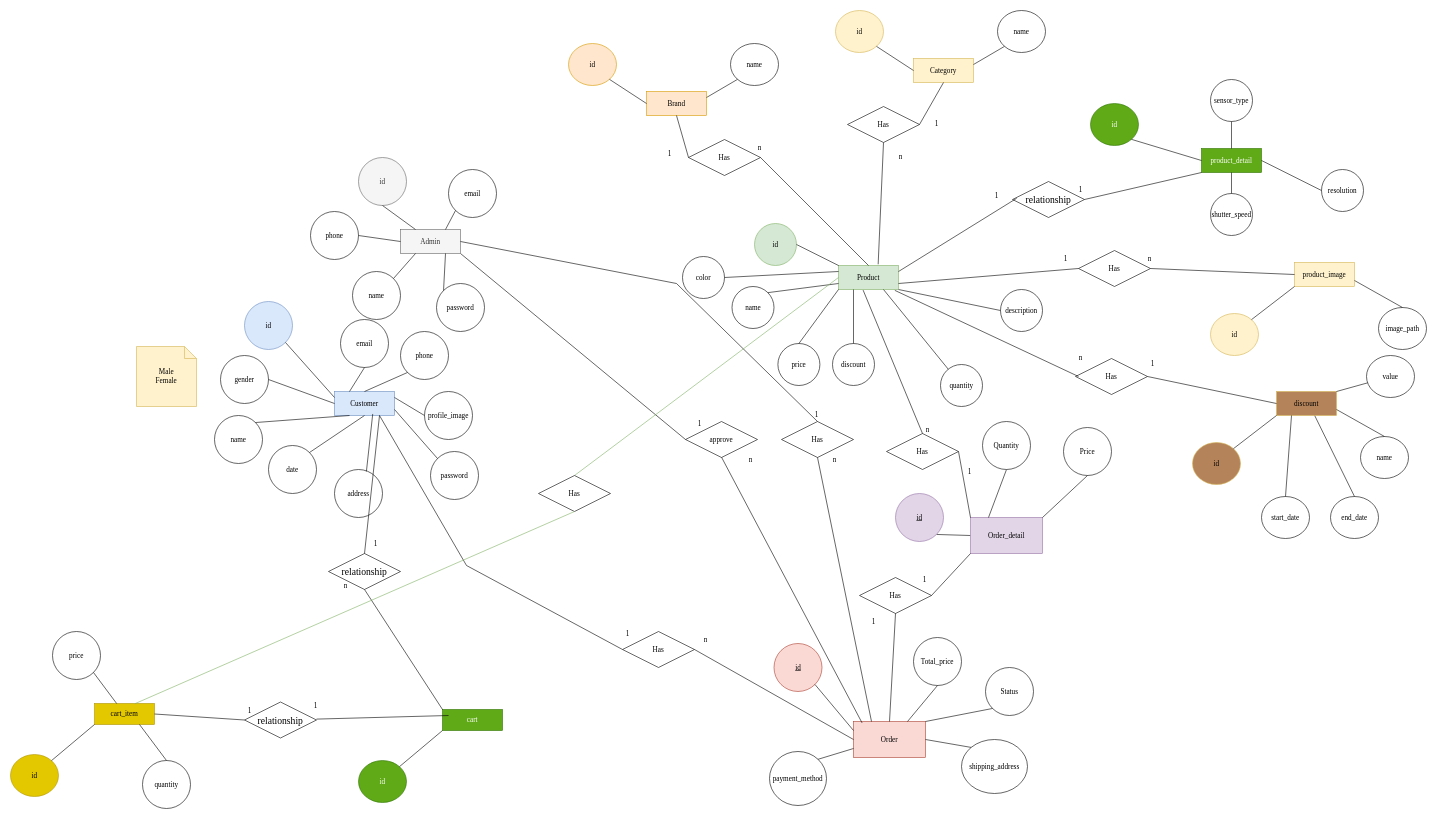
The draw.io diagram page "Page-1" (1 of 2) of CameraStore.drawio in FlashTM123/assignment, before the edit. Source tidied: cells renumbered, new cells numbered last; positions are measured from the earlier drawing's top-left corner, leaving out a move shared by most shapes. Both pictures are drawn from the tidied source at 60%, with x=0, y=0 at pixel (10, 10).
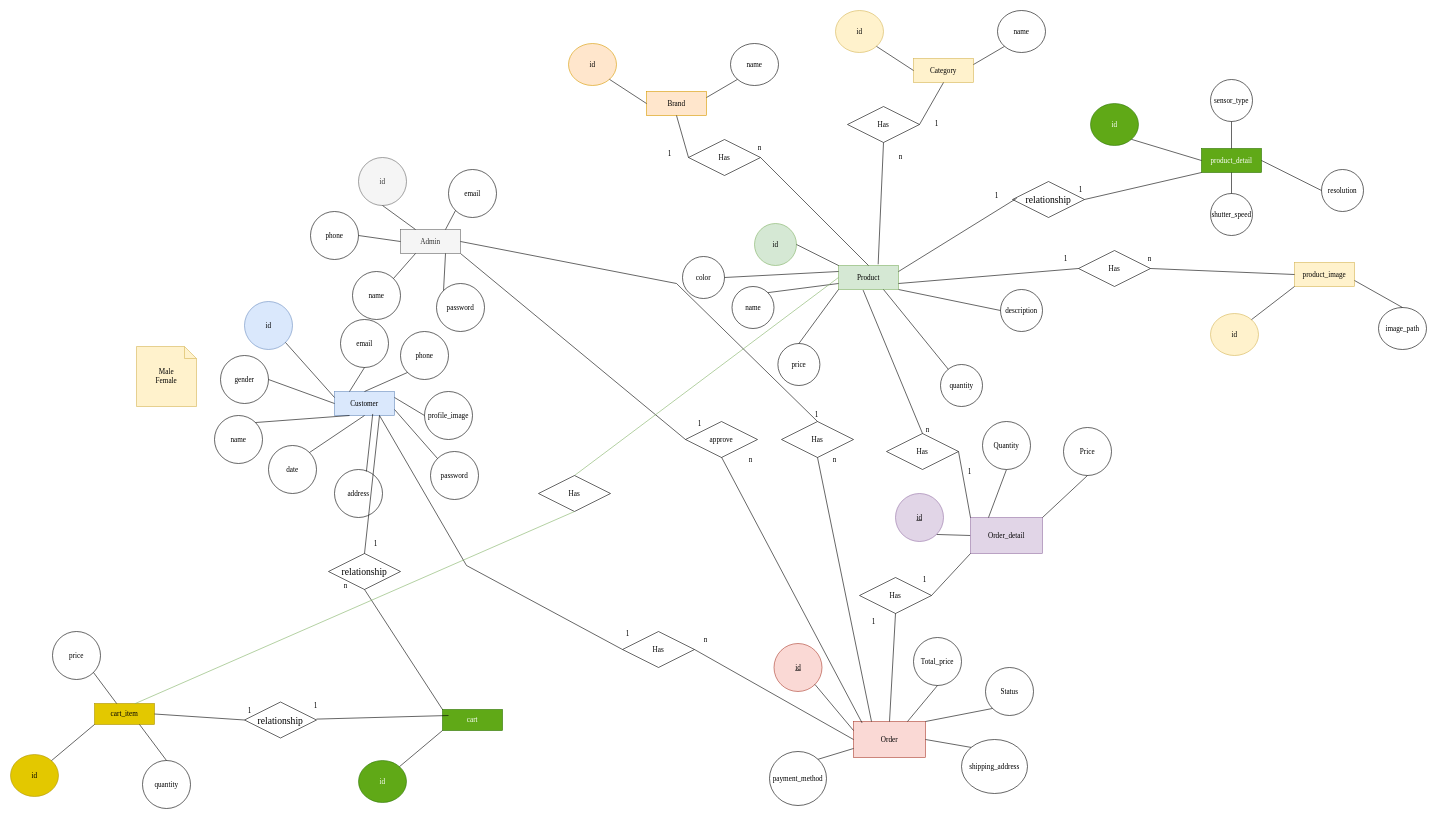
The same diagram, later.

Unchanged cells that the change refers to:
```xml
<mxCell id="2" value="Product" style="whiteSpace=wrap;html=1;align=center;fontFamily=Times New Roman;fillColor=#d5e8d4;strokeColor=#82b366;fontSize=12;" parent="1" vertex="1">
  <mxGeometry x="1380" y="425" width="100" height="40" as="geometry" />
</mxCell>
```

What changed in the source:
```diff
@@
-    <mxCell id="34" value="discount" style="ellipse;whiteSpace=wrap;html=1;align=center;fontFamily=Times New Roman;fontSize=12;" parent="1" vertex="1">
-      <mxGeometry x="1370" y="555" width="70" height="70" as="geometry" />
-    </mxCell>
@@
-    <mxCell id="43" style="endArrow=none;html=1;rounded=0;exitX=0.5;exitY=0;exitDx=0;exitDy=0;entryX=0.25;entryY=1;entryDx=0;entryDy=0;fontSize=12;" parent="1" edge="1" source="34" target="2">
-      <mxGeometry relative="1" as="geometry" />
-    </mxCell>
@@
-    <mxCell id="154" value="discount" style="whiteSpace=wrap;html=1;align=center;fontFamily=Times New Roman;fillColor=light-dark(#b5835a, #281d00);strokeColor=#d6b656;fontSize=12;" parent="1" vertex="1">
-      <mxGeometry x="2110" y="635" width="100" height="40" as="geometry" />
-    </mxCell>
-    <mxCell id="155" value="id" style="ellipse;whiteSpace=wrap;html=1;align=center;fontFamily=Times New Roman;fillColor=light-dark(#b5835a, #281d00);strokeColor=#d6b656;fontSize=12;" parent="1" vertex="1">
-      <mxGeometry x="1970" y="720" width="80" height="70" as="geometry" />
-    </mxCell>
-    <mxCell id="156" value="name" style="ellipse;whiteSpace=wrap;html=1;align=center;fontFamily=Times New Roman;fontSize=12;" parent="1" vertex="1">
-      <mxGeometry x="2250" y="710" width="80" height="70" as="geometry" />
-    </mxCell>
-    <mxCell id="157" style="endArrow=none;html=1;rounded=0;exitX=1;exitY=0;exitDx=0;exitDy=0;entryX=0;entryY=1;entryDx=0;entryDy=0;fontSize=12;" parent="1" edge="1" source="155" target="154">
-      <mxGeometry relative="1" as="geometry" />
-    </mxCell>
-    <mxCell id="158" style="endArrow=none;html=1;rounded=0;exitX=0.5;exitY=0;exitDx=0;exitDy=0;entryX=1;entryY=0.75;entryDx=0;entryDy=0;fontSize=12;" parent="1" edge="1" source="156" target="154">
-      <mxGeometry relative="1" as="geometry" />
-    </mxCell>
-    <mxCell id="159" value="value" style="ellipse;whiteSpace=wrap;html=1;align=center;fontFamily=Times New Roman;fontSize=12;" parent="1" vertex="1">
-      <mxGeometry x="2260" y="575" width="80" height="70" as="geometry" />
-    </mxCell>
-    <mxCell id="160" style="endArrow=none;html=1;rounded=0;entryX=1;entryY=0;entryDx=0;entryDy=0;fontSize=12;" parent="1" edge="1" source="159" target="154">
-      <mxGeometry relative="1" as="geometry" />
-    </mxCell>
-    <mxCell id="161" value="start_date" style="ellipse;whiteSpace=wrap;html=1;align=center;fontFamily=Times New Roman;fontSize=12;" parent="1" vertex="1">
-      <mxGeometry x="2085" y="810" width="80" height="70" as="geometry" />
-    </mxCell>
-    <mxCell id="162" value="end_date" style="ellipse;whiteSpace=wrap;html=1;align=center;fontFamily=Times New Roman;fontSize=12;" parent="1" vertex="1">
-      <mxGeometry x="2200" y="810" width="80" height="70" as="geometry" />
-    </mxCell>
-    <mxCell id="163" style="endArrow=none;html=1;rounded=0;entryX=0.5;entryY=0;entryDx=0;entryDy=0;fontSize=12;exitX=0.25;exitY=1;exitDx=0;exitDy=0;" parent="1" edge="1" source="154" target="161">
-      <mxGeometry relative="1" as="geometry" />
-    </mxCell>
-    <mxCell id="164" style="endArrow=none;html=1;rounded=0;entryX=0.5;entryY=0;entryDx=0;entryDy=0;fontSize=12;exitX=0.639;exitY=1.014;exitDx=0;exitDy=0;exitPerimeter=0;" parent="1" edge="1" source="154" target="162">
-      <mxGeometry relative="1" as="geometry" />
-    </mxCell>
-    <mxCell id="165" value="Has" style="shape=rhombus;perimeter=rhombusPerimeter;whiteSpace=wrap;html=1;align=center;fontFamily=Times New Roman;fontSize=12;" parent="1" vertex="1">
-      <mxGeometry x="1775" y="580" width="120" height="60" as="geometry" />
-    </mxCell>
-    <mxCell id="166" style="endArrow=none;html=1;rounded=0;exitX=1;exitY=0.5;exitDx=0;exitDy=0;entryX=0;entryY=0.5;entryDx=0;entryDy=0;fontSize=12;" parent="1" edge="1" source="165" target="154">
-      <mxGeometry relative="1" as="geometry" />
-    </mxCell>
-    <mxCell id="167" style="endArrow=none;html=1;rounded=0;exitX=0.939;exitY=1.036;exitDx=0;exitDy=0;fontSize=12;exitPerimeter=0;" parent="1" edge="1" source="2">
-      <mxGeometry relative="1" as="geometry">
-        <mxPoint x="1780" y="610" as="targetPoint" />
-      </mxGeometry>
-    </mxCell>
-    <mxCell id="168" value="1" style="text;strokeColor=none;fillColor=none;spacingLeft=4;spacingRight=4;overflow=hidden;fontSize=12;whiteSpace=wrap;html=1;fontFamily=Times New Roman;" parent="1" vertex="1">
-      <mxGeometry x="1895" y="575" width="40" height="30" as="geometry" />
-    </mxCell>
-    <mxCell id="169" value="n" style="text;strokeColor=none;fillColor=none;spacingLeft=4;spacingRight=4;overflow=hidden;fontSize=12;whiteSpace=wrap;html=1;fontFamily=Times New Roman;" parent="1" vertex="1">
-      <mxGeometry x="1775" y="565" width="40" height="30" as="geometry" />
-    </mxCell>
```
